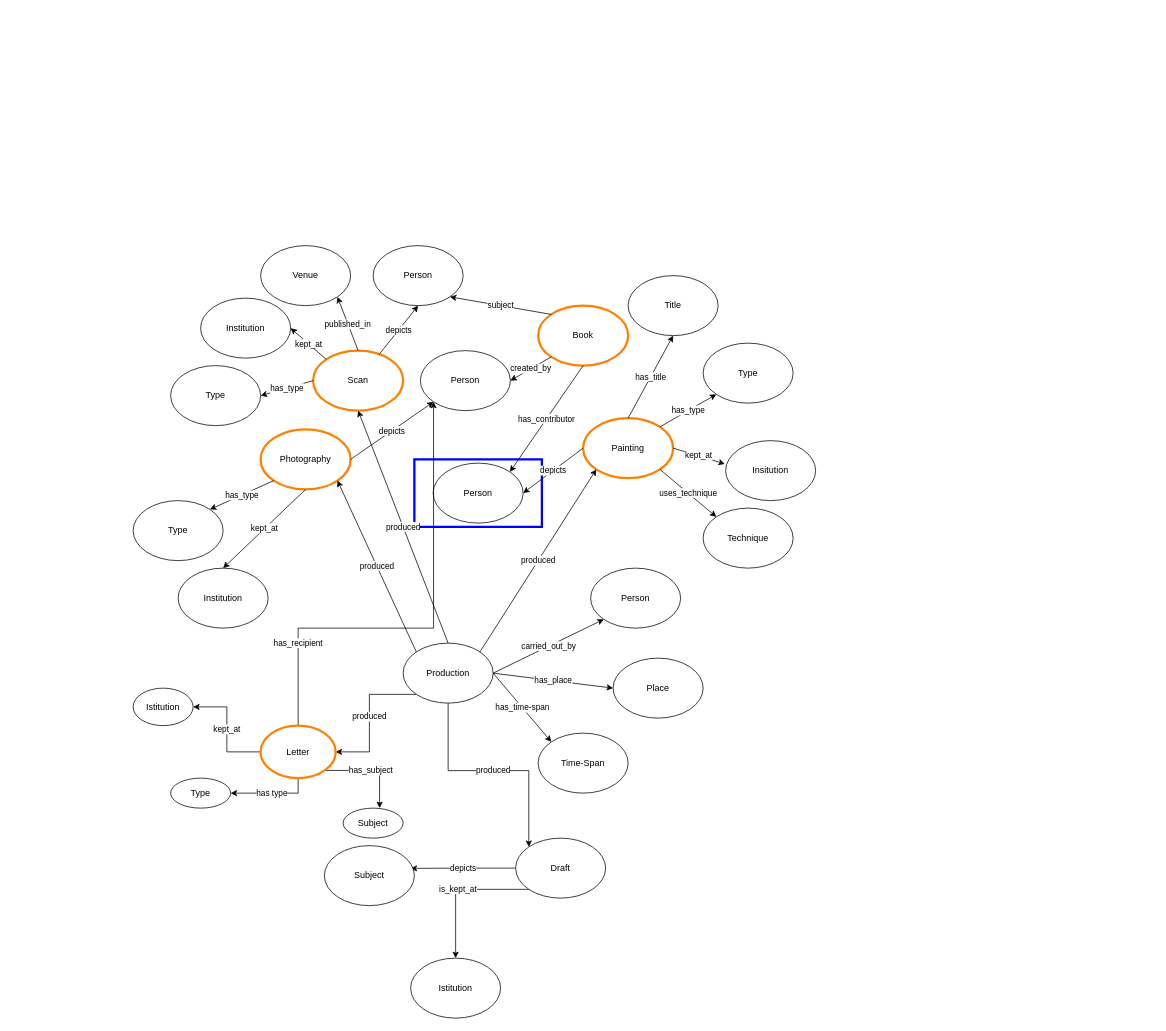
The draw.io diagram theoretical_model.drawio in arcangelo7/KO-LAM, before the edit. Source tidied: cells renumbered, new cells numbered last; positions are measured from the earlier drawing's top-left corner, leaving out a move shared by most shapes. Both pictures are drawn from the tidied source at 75%, with x=0, y=0 at pixel (133, 245).
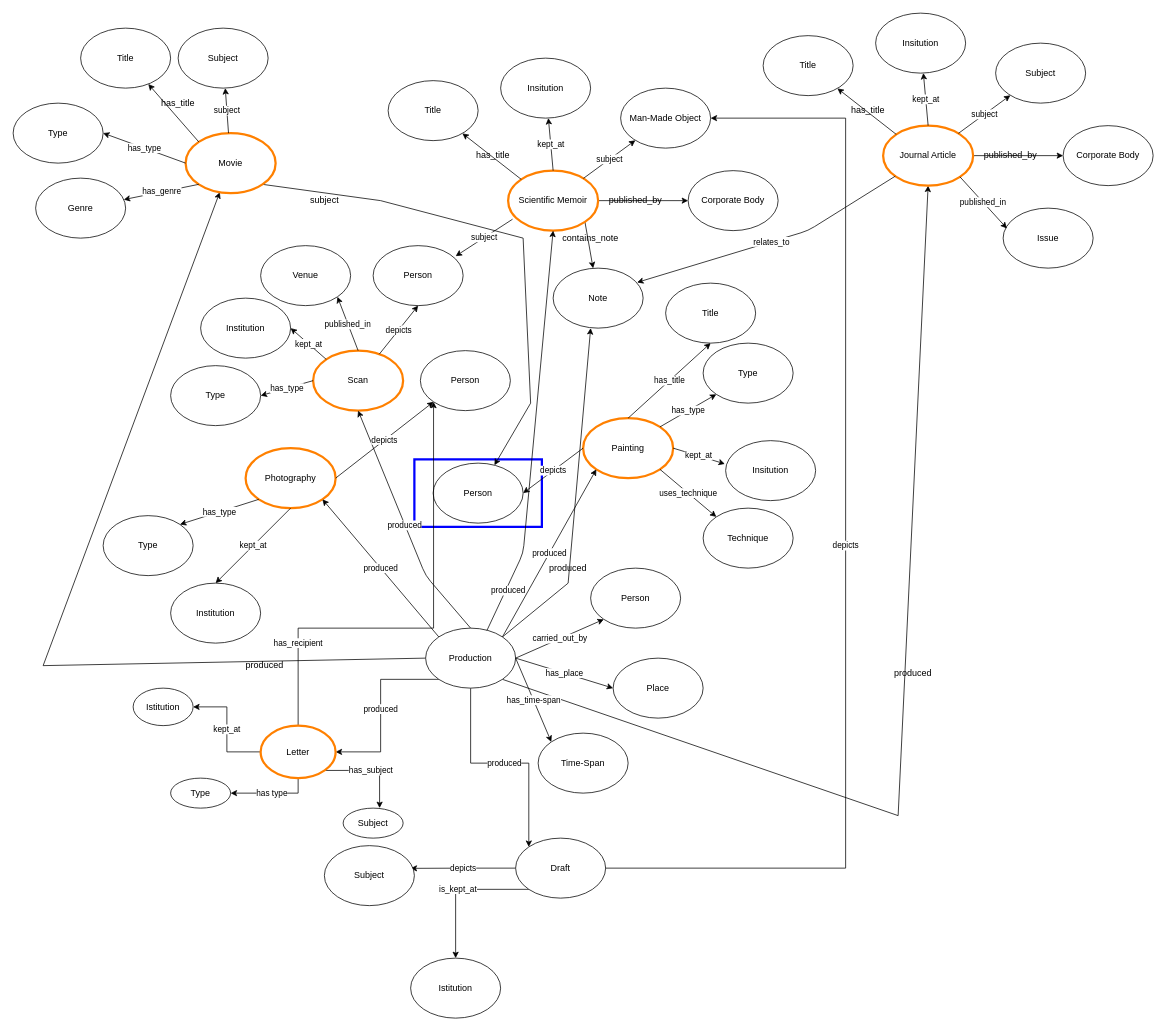
The same diagram, later.

Commit message:
bib_entries in theoretical model

The change refers to these unchanged cells:
```xml
<mxCell id="2" style="rounded=0;whiteSpace=wrap;html=1;strokeColor=#0000FF;strokeWidth=3;" parent="1" vertex="1">
  <mxGeometry x="375" y="285" width="170" height="90" as="geometry" />
</mxCell>
<mxCell id="3" value="Person" style="ellipse;whiteSpace=wrap;html=1;" parent="1" vertex="1">
  <mxGeometry x="400" y="290" width="120" height="80" as="geometry" />
</mxCell>
<mxCell id="26" value="Person" style="ellipse;whiteSpace=wrap;html=1;strokeColor=#000000;strokeWidth=1;" parent="1" vertex="1">
  <mxGeometry x="320" width="120" height="80" as="geometry" />
</mxCell>
<mxCell id="28" value="Scan" style="ellipse;whiteSpace=wrap;html=1;strokeColor=#FF8000;strokeWidth=3;" parent="1" vertex="1">
  <mxGeometry x="240" y="140" width="120" height="80" as="geometry" />
</mxCell>
<mxCell id="45" value="Person" style="ellipse;whiteSpace=wrap;html=1;strokeColor=#000000;strokeWidth=1;" parent="1" vertex="1">
  <mxGeometry x="383" y="140" width="120" height="80" as="geometry" />
</mxCell>
<mxCell id="56" value="Draft" style="ellipse;whiteSpace=wrap;html=1;" parent="1" vertex="1">
  <mxGeometry x="510" y="790" width="120" height="80" as="geometry" />
</mxCell>
```

The edit, as a diff of the source:
```diff
@@
+    <mxCell id="59" style="edgeStyle=none;rounded=0;jettySize=auto;html=1;exitX=0.25;exitY=0;exitDx=0;exitDy=0;" parent="1" edge="1" source="2" target="3">
+      <mxGeometry relative="1" as="geometry" />
+    </mxCell>
@@
+    <mxCell id="60" style="edgeStyle=none;rounded=0;jettySize=auto;html=1;exitX=1;exitY=0;exitDx=0;exitDy=0;entryX=0.417;entryY=1;entryDx=0;entryDy=0;entryPerimeter=0;" parent="1" edge="1" source="8" target="69">
+      <mxGeometry relative="1" as="geometry">
+        <Array as="points">
+          <mxPoint x="580" y="450" />
+        </Array>
+      </mxGeometry>
+    </mxCell>
+    <mxCell id="61" style="edgeStyle=none;rounded=0;jettySize=auto;html=1;exitX=1;exitY=1;exitDx=0;exitDy=0;entryX=0.5;entryY=1;entryDx=0;entryDy=0;" parent="1" edge="1" source="8" target="83">
+      <mxGeometry relative="1" as="geometry">
+        <Array as="points">
+          <mxPoint x="1020" y="760" />
+        </Array>
+      </mxGeometry>
+    </mxCell>
+    <mxCell id="62" style="edgeStyle=none;rounded=0;jettySize=auto;html=1;exitX=0;exitY=0.5;exitDx=0;exitDy=0;" parent="1" edge="1" source="8" target="101">
+      <mxGeometry relative="1" as="geometry">
+        <Array as="points">
+          <mxPoint x="-120" y="560" />
+        </Array>
+      </mxGeometry>
+    </mxCell>
     <mxCell id="8" value="Production" style="ellipse;whiteSpace=wrap;html=1;strokeColor=#000000;strokeWidth=1;" parent="1" vertex="1">
-      <mxGeometry x="360" y="530" width="120" height="80" as="geometry" />
+      <mxGeometry x="390" y="510" width="120" height="80" as="geometry" />
     </mxCell>
@@
     <mxCell id="16" value="Title" style="ellipse;whiteSpace=wrap;html=1;" parent="1" vertex="1">
-      <mxGeometry x="660" y="40" width="120" height="80" as="geometry" />
+      <mxGeometry x="710" y="50" width="120" height="80" as="geometry" />
     </mxCell>
@@
+    <mxCell id="63" style="edgeStyle=none;rounded=0;jettySize=auto;html=1;exitX=1;exitY=1;exitDx=0;exitDy=0;" parent="1" edge="1" source="24" target="69">
+      <mxGeometry relative="1" as="geometry" />
+    </mxCell>
+    <mxCell id="64" style="edgeStyle=none;rounded=0;jettySize=auto;html=1;exitX=1;exitY=0.5;exitDx=0;exitDy=0;entryX=0;entryY=0.5;entryDx=0;entryDy=0;" parent="1" edge="1" source="24" target="76">
+      <mxGeometry relative="1" as="geometry" />
+    </mxCell>
-    <mxCell id="24" value="Book" style="ellipse;whiteSpace=wrap;html=1;strokeColor=#FF8000;strokeWidth=3;" parent="1" vertex="1">
-      <mxGeometry x="540" y="80" width="120" height="80" as="geometry" />
+    <mxCell id="24" value="Scientific Memoir" style="ellipse;whiteSpace=wrap;html=1;strokeColor=#FF8000;strokeWidth=3;" parent="1" vertex="1">
+      <mxGeometry x="500" y="-100" width="120" height="80" as="geometry" />
     </mxCell>
-    <mxCell id="25" value="has_contributor" style="endArrow=classic;html=1;exitX=0.5;exitY=1;exitDx=0;exitDy=0;entryX=1;entryY=0;entryDx=0;entryDy=0;" parent="1" edge="1" source="24" target="3">
-      <mxGeometry relative="1" as="geometry" />
-    </mxCell>
@@
-    <mxCell id="27" value="subject" style="endArrow=classic;html=1;exitX=0;exitY=0;exitDx=0;exitDy=0;entryX=1;entryY=1;entryDx=0;entryDy=0;" parent="1" edge="1" source="24" target="26">
+    <mxCell id="27" value="subject" style="endArrow=classic;html=1;exitX=0.049;exitY=0.81;exitDx=0;exitDy=0;entryX=0.917;entryY=0.175;entryDx=0;entryDy=0;exitPerimeter=0;entryPerimeter=0;" parent="1" edge="1" source="24" target="26">
       <mxGeometry relative="1" as="geometry" />
     </mxCell>
@@
     <mxCell id="30" value="produced" style="endArrow=classic;html=1;exitX=0.5;exitY=0;exitDx=0;exitDy=0;entryX=0.5;entryY=1;entryDx=0;entryDy=0;" parent="1" edge="1" source="8" target="28">
-      <mxGeometry relative="1" as="geometry" />
+      <mxGeometry relative="1" as="geometry">
+        <Array as="points">
+          <mxPoint x="390" y="440" />
+        </Array>
+      </mxGeometry>
     </mxCell>
@@
-    <mxCell id="37" value="created_by" style="endArrow=classic;html=1;exitX=0;exitY=1;exitDx=0;exitDy=0;entryX=1;entryY=0.5;entryDx=0;entryDy=0;" parent="1" edge="1" source="24" target="45">
-      <mxGeometry relative="1" as="geometry" />
-    </mxCell>
     <mxCell id="38" value="Photography" style="ellipse;whiteSpace=wrap;html=1;strokeColor=#FF8000;strokeWidth=3;" parent="1" vertex="1">
-      <mxGeometry x="170" y="245" width="120" height="80" as="geometry" />
+      <mxGeometry x="150" y="270" width="120" height="80" as="geometry" />
     </mxCell>
@@
     <mxCell id="40" value="Type" style="ellipse;whiteSpace=wrap;html=1;" parent="1" vertex="1">
-      <mxGeometry y="340" width="120" height="80" as="geometry" />
+      <mxGeometry x="-40" y="360" width="120" height="80" as="geometry" />
     </mxCell>
@@
     <mxCell id="42" value="Institution" style="ellipse;whiteSpace=wrap;html=1;strokeColor=#000000;strokeWidth=1;" parent="1" vertex="1">
-      <mxGeometry x="60" y="430" width="120" height="80" as="geometry" />
+      <mxGeometry x="50" y="450" width="120" height="80" as="geometry" />
     </mxCell>
@@
+    <mxCell id="65" value="Title" style="ellipse;whiteSpace=wrap;html=1;" parent="1" vertex="1">
+      <mxGeometry x="340" y="-220" width="120" height="80" as="geometry" />
+    </mxCell>
+    <mxCell id="66" value="Man-Made Object" style="ellipse;whiteSpace=wrap;html=1;strokeColor=#000000;strokeWidth=1;" parent="1" vertex="1">
+      <mxGeometry x="650" y="-210" width="120" height="80" as="geometry" />
+    </mxCell>
+    <mxCell id="67" value="subject" style="endArrow=classic;html=1;" parent="1" edge="1" source="24" target="66">
+      <mxGeometry relative="1" as="geometry" />
+    </mxCell>
+    <mxCell id="68" style="edgeStyle=none;rounded=0;orthogonalLoop=1;jettySize=auto;html=1;exitX=0.5;exitY=0;exitDx=0;exitDy=0;" parent="1" edge="1" source="71" target="71">
+      <mxGeometry relative="1" as="geometry" />
+    </mxCell>
+    <mxCell id="69" value="Note" style="ellipse;whiteSpace=wrap;html=1;" parent="1" vertex="1">
+      <mxGeometry x="560" y="30" width="120" height="80" as="geometry" />
+    </mxCell>
+    <mxCell id="70" style="edgeStyle=none;rounded=0;orthogonalLoop=1;jettySize=auto;html=1;exitX=0.5;exitY=0;exitDx=0;exitDy=0;" parent="1" edge="1" source="24" target="24">
+      <mxGeometry relative="1" as="geometry" />
+    </mxCell>
+    <mxCell id="71" value="has_title" style="text;html=1;strokeColor=none;fillColor=none;align=center;verticalAlign=middle;whiteSpace=wrap;rounded=0;" parent="1" vertex="1">
+      <mxGeometry x="460" y="-130" width="40" height="20" as="geometry" />
+    </mxCell>
+    <mxCell id="72" style="edgeStyle=none;rounded=0;jettySize=auto;html=1;exitX=0;exitY=0;exitDx=0;exitDy=0;" parent="1" edge="1" source="24" target="65">
+      <mxGeometry relative="1" as="geometry" />
+    </mxCell>
+    <mxCell id="73" value="Insitution" style="ellipse;whiteSpace=wrap;html=1;" parent="1" vertex="1">
+      <mxGeometry x="490" y="-250" width="120" height="80" as="geometry" />
+    </mxCell>
+    <mxCell id="74" value="kept_at" style="endArrow=classic;html=1;exitX=0.5;exitY=0;exitDx=0;exitDy=0;" parent="1" edge="1" source="24" target="73">
+      <mxGeometry relative="1" as="geometry" />
+    </mxCell>
+    <mxCell id="75" value="produced" style="endArrow=classic;html=1;exitX=0.681;exitY=0.04;exitDx=0;exitDy=0;entryX=0.5;entryY=1;entryDx=0;entryDy=0;exitPerimeter=0;" parent="1" edge="1" source="8" target="24">
+      <mxGeometry x="-0.78" y="-3" relative="1" as="geometry">
+        <Array as="points">
+          <mxPoint x="520" y="410" />
+        </Array>
+      </mxGeometry>
+    </mxCell>
+    <mxCell id="76" value="Corporate Body" style="ellipse;whiteSpace=wrap;html=1;" parent="1" vertex="1">
+      <mxGeometry x="740" y="-100" width="120" height="80" as="geometry" />
+    </mxCell>
+    <mxCell id="77" value="published_by" style="text;html=1;strokeColor=none;fillColor=none;align=center;verticalAlign=middle;whiteSpace=wrap;rounded=0;" parent="1" vertex="1">
+      <mxGeometry x="650" y="-70" width="40" height="20" as="geometry" />
+    </mxCell>
+    <mxCell id="78" style="edgeStyle=none;rounded=0;orthogonalLoop=1;jettySize=auto;html=1;exitX=1;exitY=0.5;exitDx=0;exitDy=0;" parent="1" edge="1" source="24" target="24">
+      <mxGeometry relative="1" as="geometry" />
+    </mxCell>
+    <mxCell id="79" value="produced" style="text;html=1;strokeColor=none;fillColor=none;align=center;verticalAlign=middle;whiteSpace=wrap;rounded=0;" parent="1" vertex="1">
+      <mxGeometry x="560" y="420" width="40" height="20" as="geometry" />
+    </mxCell>
+    <mxCell id="80" value="depicts" style="edgeStyle=orthogonalEdgeStyle;rounded=0;jettySize=auto;html=1;exitX=1;exitY=0.5;exitDx=0;exitDy=0;" parent="1" edge="1" source="56" target="66">
+      <mxGeometry relative="1" as="geometry">
+        <Array as="points">
+          <mxPoint x="950" y="830" />
+          <mxPoint x="950" y="-170" />
+        </Array>
+      </mxGeometry>
+    </mxCell>
+    <mxCell id="81" value="contains_note" style="text;html=1;strokeColor=none;fillColor=none;align=center;verticalAlign=middle;whiteSpace=wrap;rounded=0;" parent="1" vertex="1">
+      <mxGeometry x="590" y="-20" width="40" height="20" as="geometry" />
+    </mxCell>
+    <mxCell id="82" style="edgeStyle=none;rounded=0;jettySize=auto;html=1;exitX=1;exitY=0.5;exitDx=0;exitDy=0;entryX=0;entryY=0.5;entryDx=0;entryDy=0;" parent="1" edge="1" source="83">
+      <mxGeometry relative="1" as="geometry">
+        <mxPoint x="1240" y="-120" as="targetPoint" />
+      </mxGeometry>
+    </mxCell>
+    <mxCell id="83" value="Journal Article" style="ellipse;whiteSpace=wrap;html=1;strokeColor=#FF8000;strokeWidth=3;" parent="1" vertex="1">
+      <mxGeometry x="1000" y="-160" width="120" height="80" as="geometry" />
+    </mxCell>
+    <mxCell id="84" value="Title" style="ellipse;whiteSpace=wrap;html=1;" parent="1" vertex="1">
+      <mxGeometry x="840" y="-280" width="120" height="80" as="geometry" />
+    </mxCell>
+    <mxCell id="85" value="Subject" style="ellipse;whiteSpace=wrap;html=1;strokeColor=#000000;strokeWidth=1;" parent="1" vertex="1">
+      <mxGeometry x="1150" y="-270" width="120" height="80" as="geometry" />
+    </mxCell>
+    <mxCell id="86" value="subject" style="endArrow=classic;html=1;" parent="1" edge="1" source="83" target="85">
+      <mxGeometry relative="1" as="geometry" />
+    </mxCell>
+    <mxCell id="87" style="edgeStyle=none;rounded=0;orthogonalLoop=1;jettySize=auto;html=1;exitX=0.5;exitY=0;exitDx=0;exitDy=0;" parent="1" edge="1" source="89" target="89">
+      <mxGeometry relative="1" as="geometry" />
+    </mxCell>
+    <mxCell id="88" style="edgeStyle=none;rounded=0;orthogonalLoop=1;jettySize=auto;html=1;exitX=0.5;exitY=0;exitDx=0;exitDy=0;" parent="1" edge="1" source="83" target="83">
+      <mxGeometry relative="1" as="geometry" />
+    </mxCell>
+    <mxCell id="89" value="has_title" style="text;html=1;strokeColor=none;fillColor=none;align=center;verticalAlign=middle;whiteSpace=wrap;rounded=0;" parent="1" vertex="1">
+      <mxGeometry x="960" y="-190" width="40" height="20" as="geometry" />
+    </mxCell>
+    <mxCell id="90" style="edgeStyle=none;rounded=0;jettySize=auto;html=1;exitX=0;exitY=0;exitDx=0;exitDy=0;" parent="1" edge="1" source="83" target="84">
+      <mxGeometry relative="1" as="geometry" />
+    </mxCell>
+    <mxCell id="91" value="Insitution" style="ellipse;whiteSpace=wrap;html=1;" parent="1" vertex="1">
+      <mxGeometry x="990" y="-310" width="120" height="80" as="geometry" />
+    </mxCell>
+    <mxCell id="92" value="kept_at" style="endArrow=classic;html=1;exitX=0.5;exitY=0;exitDx=0;exitDy=0;" parent="1" edge="1" source="83" target="91">
+      <mxGeometry relative="1" as="geometry" />
+    </mxCell>
+    <mxCell id="93" value="Corporate Body" style="ellipse;whiteSpace=wrap;html=1;" parent="1" vertex="1">
+      <mxGeometry x="1240" y="-160" width="120" height="80" as="geometry" />
+    </mxCell>
+    <mxCell id="94" value="published_by" style="text;html=1;strokeColor=none;fillColor=none;align=center;verticalAlign=middle;whiteSpace=wrap;rounded=0;" parent="1" vertex="1">
+      <mxGeometry x="1150" y="-130" width="40" height="20" as="geometry" />
+    </mxCell>
+    <mxCell id="95" style="edgeStyle=none;rounded=0;orthogonalLoop=1;jettySize=auto;html=1;exitX=1;exitY=0.5;exitDx=0;exitDy=0;" parent="1" edge="1" source="83" target="83">
+      <mxGeometry relative="1" as="geometry" />
+    </mxCell>
+    <mxCell id="96" value="relates_to" style="endArrow=classic;html=1;entryX=0.933;entryY=0.238;entryDx=0;entryDy=0;entryPerimeter=0;" parent="1" edge="1" source="83" target="69">
+      <mxGeometry relative="1" as="geometry">
+        <Array as="points">
+          <mxPoint x="900" y="-20" />
+        </Array>
+      </mxGeometry>
+    </mxCell>
+    <mxCell id="97" value="produced" style="text;html=1;strokeColor=none;fillColor=none;align=center;verticalAlign=middle;whiteSpace=wrap;rounded=0;" parent="1" vertex="1">
+      <mxGeometry x="1020" y="560" width="40" height="20" as="geometry" />
+    </mxCell>
+    <mxCell id="98" value="Issue" style="ellipse;whiteSpace=wrap;html=1;strokeColor=#000000;strokeWidth=1;" parent="1" vertex="1">
+      <mxGeometry x="1160" y="-50" width="120" height="80" as="geometry" />
+    </mxCell>
+    <mxCell id="99" value="published_in" style="endArrow=classic;html=1;exitX=1;exitY=1;exitDx=0;exitDy=0;entryX=0.042;entryY=0.338;entryDx=0;entryDy=0;entryPerimeter=0;" parent="1" edge="1" source="83" target="98">
+      <mxGeometry relative="1" as="geometry" />
+    </mxCell>
+    <mxCell id="100" style="edgeStyle=none;rounded=0;jettySize=auto;html=1;exitX=1;exitY=1;exitDx=0;exitDy=0;" parent="1" edge="1" source="101" target="3">
+      <mxGeometry relative="1" as="geometry">
+        <Array as="points">
+          <mxPoint x="330" y="-60" />
+          <mxPoint x="520" y="-10" />
+          <mxPoint x="530" y="210" />
+        </Array>
+      </mxGeometry>
+    </mxCell>
+    <mxCell id="101" value="Movie" style="ellipse;whiteSpace=wrap;html=1;strokeColor=#FF8000;strokeWidth=3;" parent="1" vertex="1">
+      <mxGeometry x="70" y="-150" width="120" height="80" as="geometry" />
+    </mxCell>
+    <mxCell id="102" value="Type" style="ellipse;whiteSpace=wrap;html=1;" parent="1" vertex="1">
+      <mxGeometry x="-160" y="-190" width="120" height="80" as="geometry" />
+    </mxCell>
+    <mxCell id="103" value="has_type" style="endArrow=classic;html=1;exitX=0;exitY=0.5;exitDx=0;exitDy=0;entryX=1;entryY=0.5;entryDx=0;entryDy=0;" parent="1" edge="1" source="101" target="102">
+      <mxGeometry relative="1" as="geometry" />
+    </mxCell>
+    <mxCell id="104" value="Genre" style="ellipse;whiteSpace=wrap;html=1;strokeColor=#000000;strokeWidth=1;" parent="1" vertex="1">
+      <mxGeometry x="-130" y="-90" width="120" height="80" as="geometry" />
+    </mxCell>
+    <mxCell id="105" value="has_genre" style="endArrow=classic;html=1;exitX=0;exitY=1;exitDx=0;exitDy=0;" parent="1" edge="1" source="101" target="104">
+      <mxGeometry relative="1" as="geometry" />
+    </mxCell>
+    <mxCell id="106" value="subject" style="endArrow=classic;html=1;" parent="1" edge="1" source="101" target="107">
+      <mxGeometry relative="1" as="geometry" />
+    </mxCell>
+    <mxCell id="107" value="Subject" style="ellipse;whiteSpace=wrap;html=1;strokeColor=#000000;strokeWidth=1;" parent="1" vertex="1">
+      <mxGeometry x="60" y="-290" width="120" height="80" as="geometry" />
+    </mxCell>
+    <mxCell id="108" value="subject" style="text;html=1;align=center;verticalAlign=middle;" parent="1" vertex="1">
+      <mxGeometry x="230" y="-70" width="50" height="20" as="geometry" />
+    </mxCell>
+    <mxCell id="109" value="produced" style="text;html=1;align=center;verticalAlign=middle;" parent="1" vertex="1">
+      <mxGeometry x="140" y="550" width="70" height="20" as="geometry" />
+    </mxCell>
+    <mxCell id="110" value="Title" style="ellipse;whiteSpace=wrap;html=1;" parent="1" vertex="1">
+      <mxGeometry x="-70" y="-290" width="120" height="80" as="geometry" />
+    </mxCell>
+    <mxCell id="111" style="edgeStyle=none;rounded=0;jettySize=auto;html=1;exitX=0;exitY=0;exitDx=0;exitDy=0;" parent="1" edge="1" source="101" target="110">
+      <mxGeometry relative="1" as="geometry" />
+    </mxCell>
+    <mxCell id="112" value="has_title" style="text;html=1;strokeColor=none;fillColor=none;align=center;verticalAlign=middle;whiteSpace=wrap;rounded=0;" parent="1" vertex="1">
+      <mxGeometry x="40" y="-200" width="40" height="20" as="geometry" />
+    </mxCell>
```
